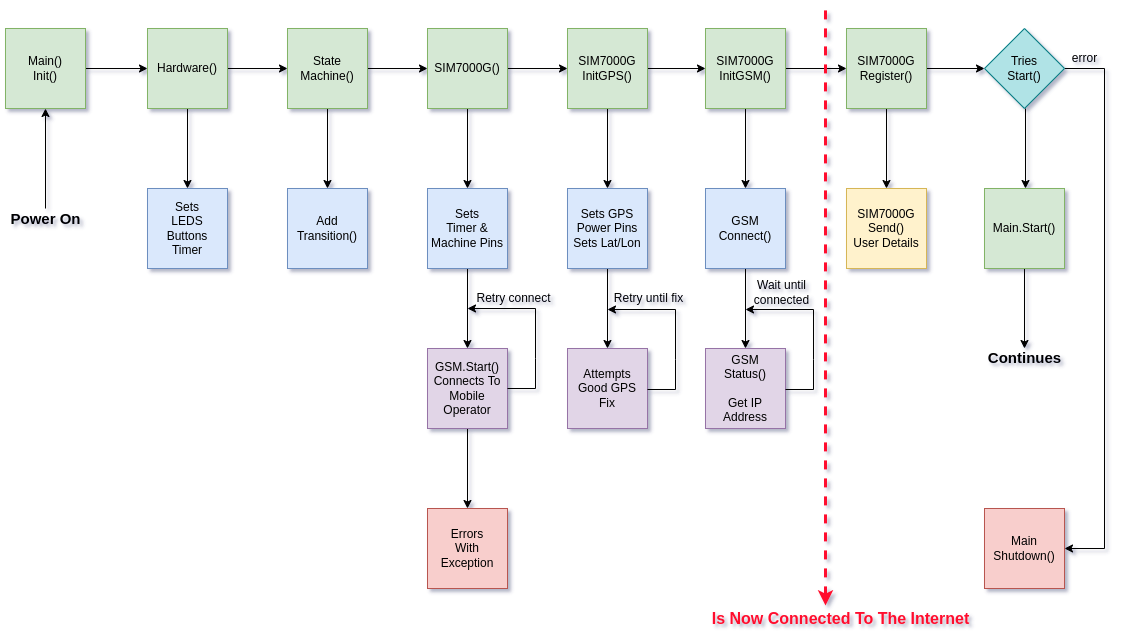
18684092/CAR keeps this draw.io diagram as CAR1.drawio.png. Above is the earlier version. Source tidied: cells renumbered, new cells last; positions are measured from the earlier drawing's top-left corner, leaving out a move shared by most shapes.
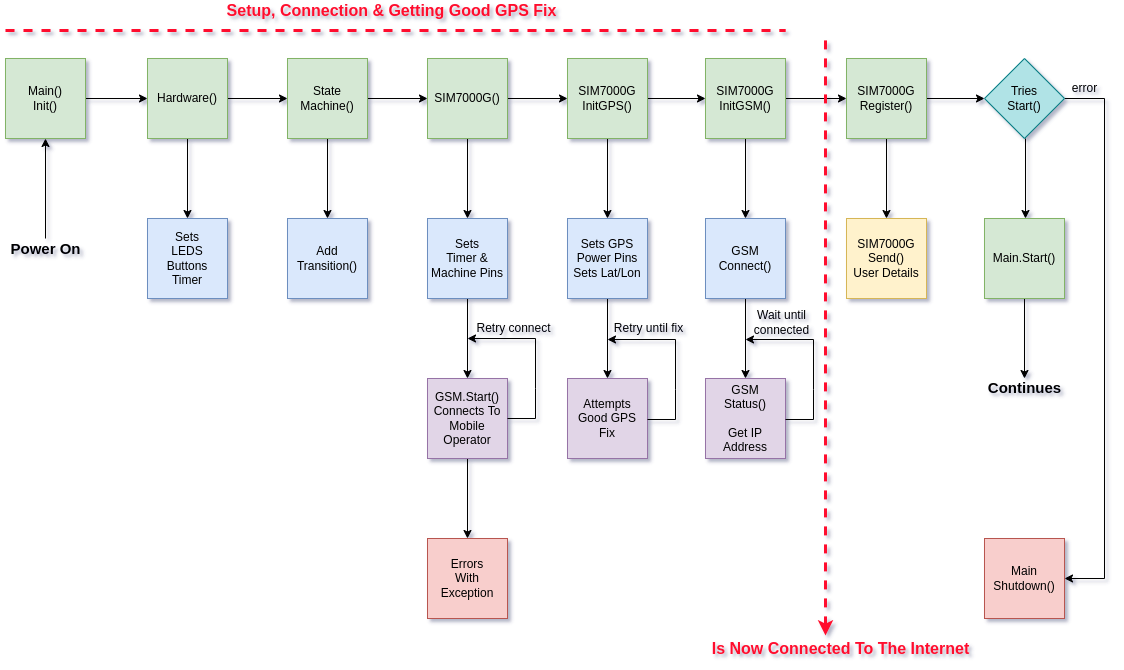
After the commit.

Change to the diagram source:
```diff
@@ -194,5 +194,14 @@
     <mxCell id="53" value="&lt;font style=&quot;font-size: 16px&quot; color=&quot;#ff0d2d&quot;&gt;&lt;b&gt;Is Now Connected To The Internet&lt;/b&gt;&lt;/font&gt;" style="text;html=1;align=center;verticalAlign=middle;strokeColor=none;fillColor=none;" parent="1" vertex="1">
       <mxGeometry x="705" y="600" width="270" height="20" as="geometry" />
     </mxCell>
+    <mxCell id="54" style="endArrow=none;dashed=1;html=1;rounded=0;fontSize=16;fontColor=#FF0D2D;strokeColor=#FF0D2D;strokeWidth=3;" parent="1" edge="1">
+      <mxGeometry relative="1" as="geometry">
+        <mxPoint x="5" y="-8" as="sourcePoint" />
+        <mxPoint x="785" y="-8" as="targetPoint" />
+      </mxGeometry>
+    </mxCell>
+    <mxCell id="55" value="&lt;font style=&quot;font-size: 16px&quot; color=&quot;#ff0d2d&quot;&gt;&lt;b&gt;Setup, Connection &amp;amp; Getting Good GPS Fix&lt;/b&gt;&lt;/font&gt;" style="text;html=1;align=center;verticalAlign=middle;strokeColor=none;fillColor=none;" parent="1" vertex="1">
+      <mxGeometry x="216" y="-38" width="350" height="20" as="geometry" />
+    </mxCell>
   </root>
 </mxGraphModel>
```
